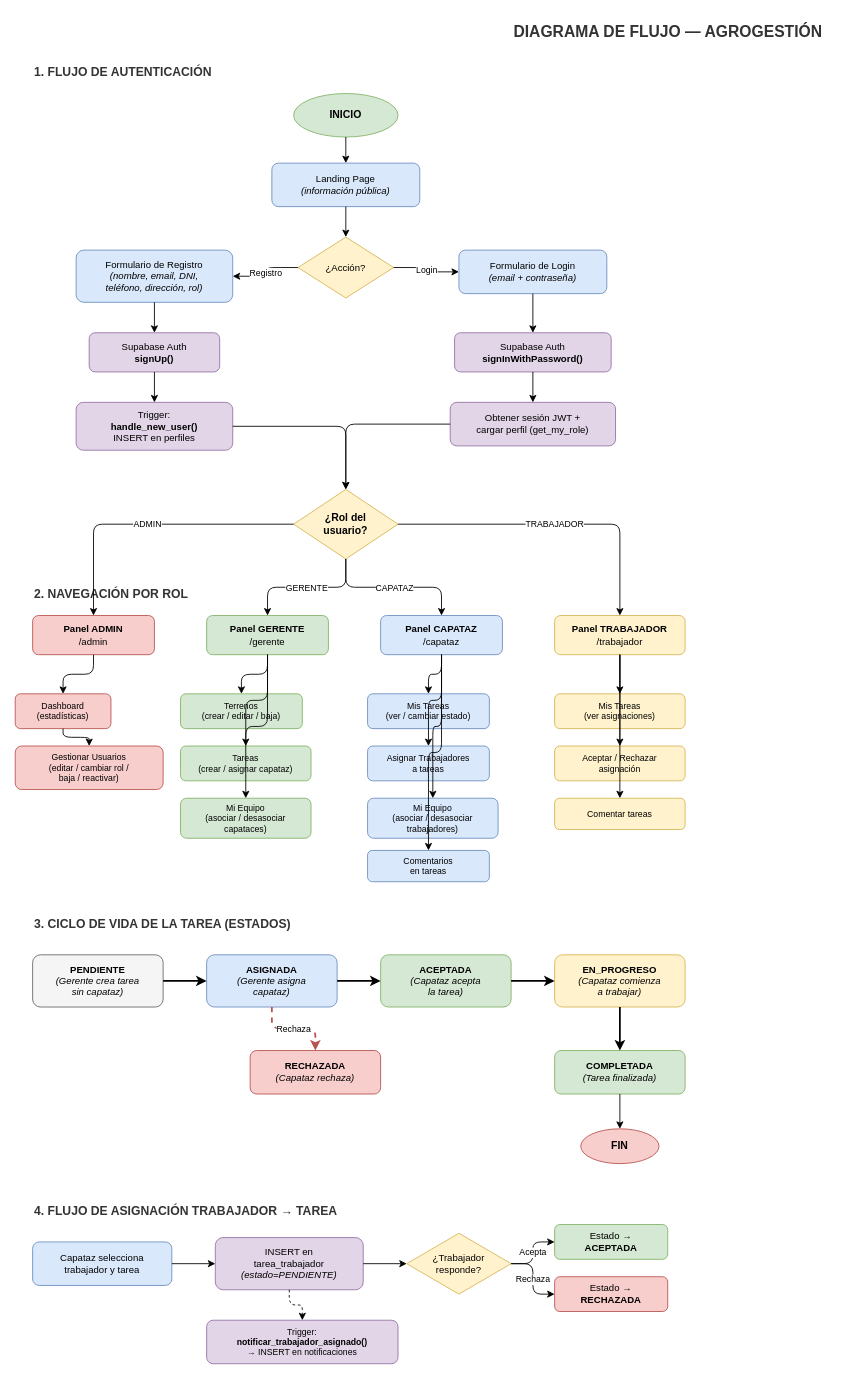
This is docs/diagrams/Diagrama_de_Flujo.drawio from Juanfrina/Agrogestion.Web, a draw.io file, before an edit. Source tidied: cells renumbered, new cells numbered last; positions are measured from the earlier drawing's top-left corner, leaving out a move shared by most shapes. Both pictures are drawn from the tidied source at 87%, with x=0, y=0 at pixel (15, 15).
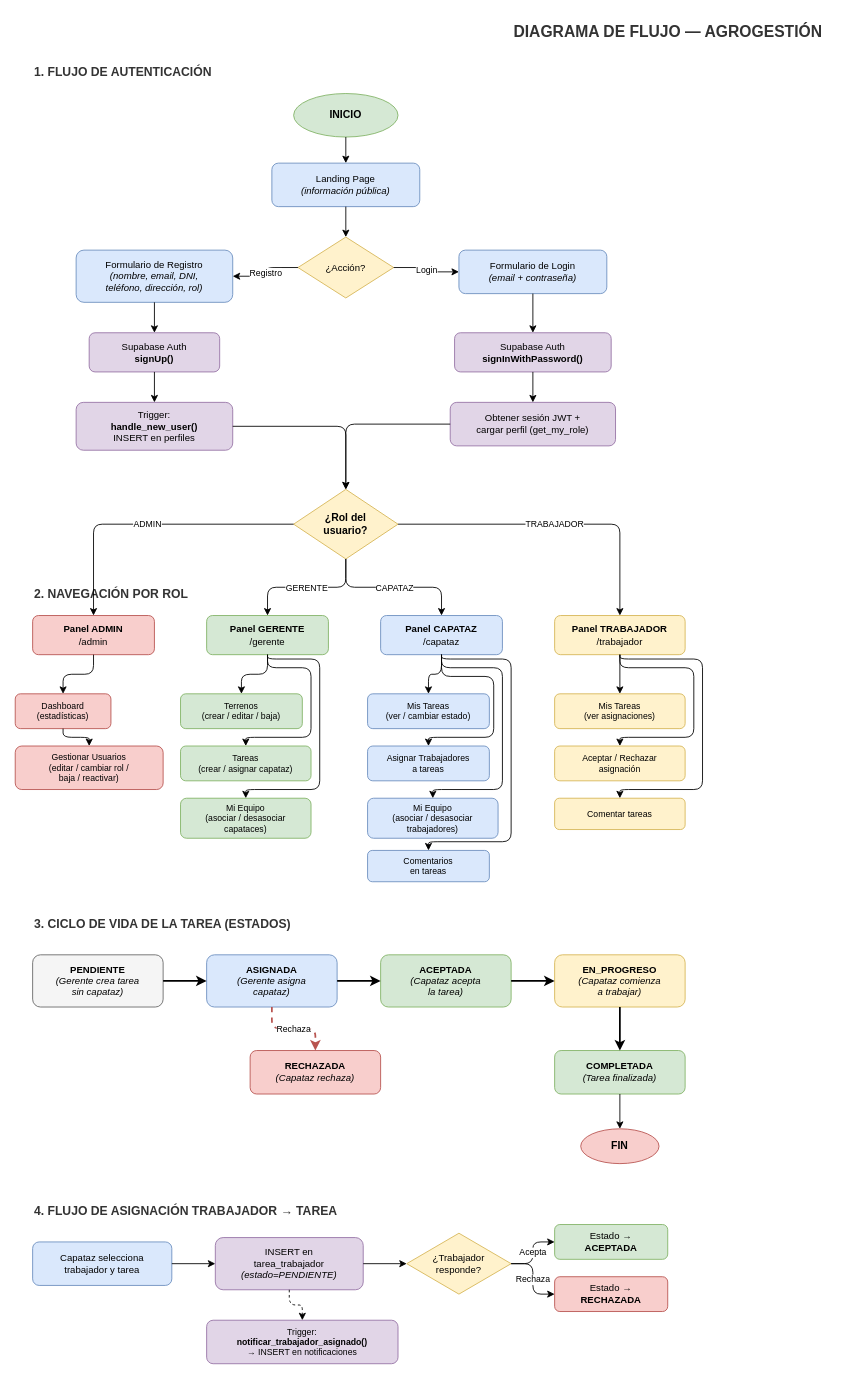
The same diagram, later.

Commit message (it also covers changes not shown here):
Diagrama de flujo para la autenticación y navegación de roles en Agrogestión

The change refers to these unchanged cells:
```xml
<mxCell id="27" value="&lt;b&gt;Panel GERENTE&lt;/b&gt;&lt;br&gt;/gerente" style="rounded=1;whiteSpace=wrap;html=1;fillColor=#d5e8d4;strokeColor=#82b366;fontSize=11;" parent="1" vertex="1">
  <mxGeometry x="220" y="690" width="140" height="45" as="geometry" />
</mxCell>
<mxCell id="29" value="&lt;b&gt;Panel CAPATAZ&lt;/b&gt;&lt;br&gt;/capataz" style="rounded=1;whiteSpace=wrap;html=1;fillColor=#dae8fc;strokeColor=#6c8ebf;fontSize=11;" parent="1" vertex="1">
  <mxGeometry x="420" y="690" width="140" height="45" as="geometry" />
</mxCell>
<mxCell id="31" value="&lt;b&gt;Panel TRABAJADOR&lt;/b&gt;&lt;br&gt;/trabajador" style="rounded=1;whiteSpace=wrap;html=1;fillColor=#fff2cc;strokeColor=#d6b656;fontSize=11;" parent="1" vertex="1">
  <mxGeometry x="620" y="690" width="150" height="45" as="geometry" />
</mxCell>
<mxCell id="39" value="Tareas&lt;br&gt;(crear / asignar capataz)" style="rounded=1;whiteSpace=wrap;html=1;fillColor=#d5e8d4;strokeColor=#82b366;fontSize=10;" parent="1" vertex="1">
  <mxGeometry x="190" y="840" width="150" height="40" as="geometry" />
</mxCell>
<mxCell id="41" value="Mi Equipo&lt;br&gt;(asociar / desasociar&lt;br&gt;capataces)" style="rounded=1;whiteSpace=wrap;html=1;fillColor=#d5e8d4;strokeColor=#82b366;fontSize=10;" parent="1" vertex="1">
  <mxGeometry x="190" y="900" width="150" height="46" as="geometry" />
</mxCell>
<mxCell id="45" value="Asignar Trabajadores&lt;br&gt;a tareas" style="rounded=1;whiteSpace=wrap;html=1;fillColor=#dae8fc;strokeColor=#6c8ebf;fontSize=10;" parent="1" vertex="1">
  <mxGeometry x="405" y="840" width="140" height="40" as="geometry" />
</mxCell>
<mxCell id="47" value="Mi Equipo&lt;br&gt;(asociar / desasociar&lt;br&gt;trabajadores)" style="rounded=1;whiteSpace=wrap;html=1;fillColor=#dae8fc;strokeColor=#6c8ebf;fontSize=10;" parent="1" vertex="1">
  <mxGeometry x="405" y="900" width="150" height="46" as="geometry" />
</mxCell>
<mxCell id="49" value="Comentarios&lt;br&gt;en tareas" style="rounded=1;whiteSpace=wrap;html=1;fillColor=#dae8fc;strokeColor=#6c8ebf;fontSize=10;" parent="1" vertex="1">
  <mxGeometry x="405" y="960" width="140" height="36" as="geometry" />
</mxCell>
<mxCell id="53" value="Aceptar / Rechazar&lt;br&gt;asignación" style="rounded=1;whiteSpace=wrap;html=1;fillColor=#fff2cc;strokeColor=#d6b656;fontSize=10;" parent="1" vertex="1">
  <mxGeometry x="620" y="840" width="150" height="40" as="geometry" />
</mxCell>
<mxCell id="55" value="Comentar tareas" style="rounded=1;whiteSpace=wrap;html=1;fillColor=#fff2cc;strokeColor=#d6b656;fontSize=10;" parent="1" vertex="1">
  <mxGeometry x="620" y="900" width="150" height="36" as="geometry" />
</mxCell>
```

The edit, as a diff of the source:
```diff
@@
-    <mxCell id="40" style="edgeStyle=orthogonalEdgeStyle;html=1;rounded=1;" parent="1" edge="1" source="27" target="39">
-      <mxGeometry relative="1" as="geometry" />
+    <mxCell id="40" style="edgeStyle=orthogonalEdgeStyle;html=1;rounded=1;entryX=0.5;entryY=0;entryDx=0;entryDy=0;exitX=0.5;exitY=1;exitDx=0;exitDy=0;" parent="1" edge="1" source="27" target="39">
+      <mxGeometry relative="1" as="geometry">
+        <Array as="points">
+          <mxPoint x="290" y="750" />
+          <mxPoint x="340" y="750" />
+          <mxPoint x="340" y="830" />
+          <mxPoint x="265" y="830" />
+        </Array>
+      </mxGeometry>
     </mxCell>
@@
-    <mxCell id="42" style="edgeStyle=orthogonalEdgeStyle;html=1;rounded=1;" parent="1" edge="1" source="27" target="41">
-      <mxGeometry relative="1" as="geometry" />
+    <mxCell id="42" style="edgeStyle=orthogonalEdgeStyle;html=1;rounded=1;entryX=0.5;entryY=0;entryDx=0;entryDy=0;exitX=0.5;exitY=1;exitDx=0;exitDy=0;" parent="1" edge="1" source="27" target="41">
+      <mxGeometry relative="1" as="geometry">
+        <Array as="points">
+          <mxPoint x="290" y="740" />
+          <mxPoint x="350" y="740" />
+          <mxPoint x="350" y="890" />
+          <mxPoint x="265" y="890" />
+        </Array>
+      </mxGeometry>
     </mxCell>
@@
-    <mxCell id="46" style="edgeStyle=orthogonalEdgeStyle;html=1;rounded=1;" parent="1" edge="1" source="29" target="45">
-      <mxGeometry relative="1" as="geometry" />
+    <mxCell id="46" style="edgeStyle=orthogonalEdgeStyle;html=1;rounded=1;entryX=0.5;entryY=0;entryDx=0;entryDy=0;exitX=0.5;exitY=1;exitDx=0;exitDy=0;" parent="1" edge="1" source="29" target="45">
+      <mxGeometry relative="1" as="geometry">
+        <Array as="points">
+          <mxPoint x="490" y="760" />
+          <mxPoint x="550" y="760" />
+          <mxPoint x="550" y="830" />
+          <mxPoint x="475" y="830" />
+        </Array>
+      </mxGeometry>
     </mxCell>
@@
-    <mxCell id="48" style="edgeStyle=orthogonalEdgeStyle;html=1;rounded=1;" parent="1" edge="1" source="29" target="47">
-      <mxGeometry relative="1" as="geometry" />
+    <mxCell id="48" style="edgeStyle=orthogonalEdgeStyle;html=1;rounded=1;entryX=0.5;entryY=0;entryDx=0;entryDy=0;exitX=0.5;exitY=1;exitDx=0;exitDy=0;" parent="1" edge="1" source="29" target="47">
+      <mxGeometry relative="1" as="geometry">
+        <Array as="points">
+          <mxPoint x="490" y="750" />
+          <mxPoint x="560" y="750" />
+          <mxPoint x="560" y="890" />
+          <mxPoint x="480" y="890" />
+        </Array>
+      </mxGeometry>
     </mxCell>
@@
-    <mxCell id="50" style="edgeStyle=orthogonalEdgeStyle;html=1;rounded=1;" parent="1" edge="1" source="29" target="49">
-      <mxGeometry relative="1" as="geometry" />
+    <mxCell id="50" style="edgeStyle=orthogonalEdgeStyle;html=1;rounded=1;entryX=0.5;entryY=0;entryDx=0;entryDy=0;exitX=0.5;exitY=1;exitDx=0;exitDy=0;" parent="1" edge="1" source="29" target="49">
+      <mxGeometry relative="1" as="geometry">
+        <Array as="points">
+          <mxPoint x="490" y="740" />
+          <mxPoint x="570" y="740" />
+          <mxPoint x="570" y="950" />
+          <mxPoint x="475" y="950" />
+        </Array>
+      </mxGeometry>
     </mxCell>
@@
-    <mxCell id="54" style="edgeStyle=orthogonalEdgeStyle;html=1;rounded=1;" parent="1" edge="1" source="31" target="53">
-      <mxGeometry relative="1" as="geometry" />
+    <mxCell id="54" style="edgeStyle=orthogonalEdgeStyle;html=1;rounded=1;exitX=0.5;exitY=1;exitDx=0;exitDy=0;entryX=0.5;entryY=0;entryDx=0;entryDy=0;" parent="1" edge="1" source="31" target="53">
+      <mxGeometry relative="1" as="geometry">
+        <Array as="points">
+          <mxPoint x="695" y="750" />
+          <mxPoint x="780" y="750" />
+          <mxPoint x="780" y="830" />
+          <mxPoint x="695" y="830" />
+        </Array>
+      </mxGeometry>
     </mxCell>
@@
-    <mxCell id="56" style="edgeStyle=orthogonalEdgeStyle;html=1;rounded=1;" parent="1" edge="1" source="31" target="55">
-      <mxGeometry relative="1" as="geometry" />
+    <mxCell id="56" style="edgeStyle=orthogonalEdgeStyle;html=1;rounded=1;exitX=0.5;exitY=1;exitDx=0;exitDy=0;entryX=0.5;entryY=0;entryDx=0;entryDy=0;" parent="1" edge="1" source="31" target="55">
+      <mxGeometry relative="1" as="geometry">
+        <Array as="points">
+          <mxPoint x="695" y="740" />
+          <mxPoint x="790" y="740" />
+          <mxPoint x="790" y="890" />
+          <mxPoint x="695" y="890" />
+        </Array>
+      </mxGeometry>
     </mxCell>
```
